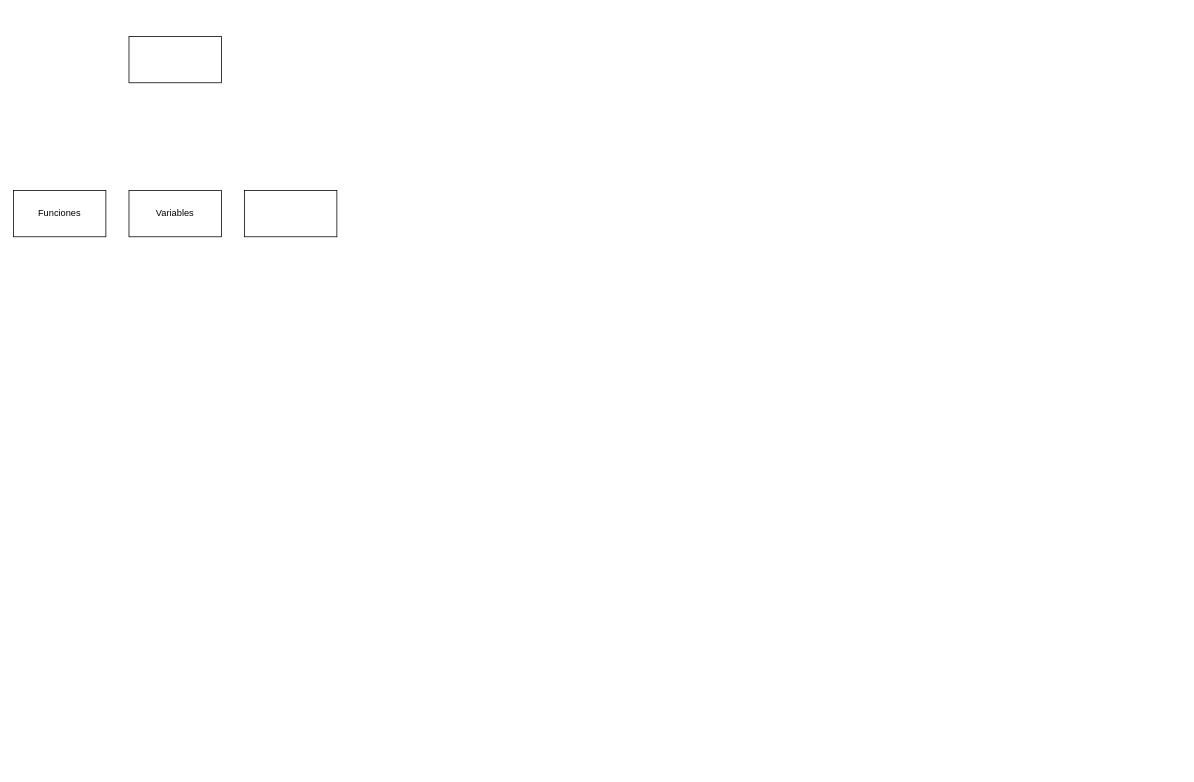
The draw.io diagram third_Partial/ACT3_01/ACT3_01.drawio in corneliusreed1910/Applications_for_IoT, before the edit. Source tidied: cells renumbered, new cells numbered last; positions are measured from the earlier drawing's top-left corner, leaving out a move shared by most shapes. Both pictures are drawn from the tidied source at 77%, with x=0, y=0 at pixel (13, 36).
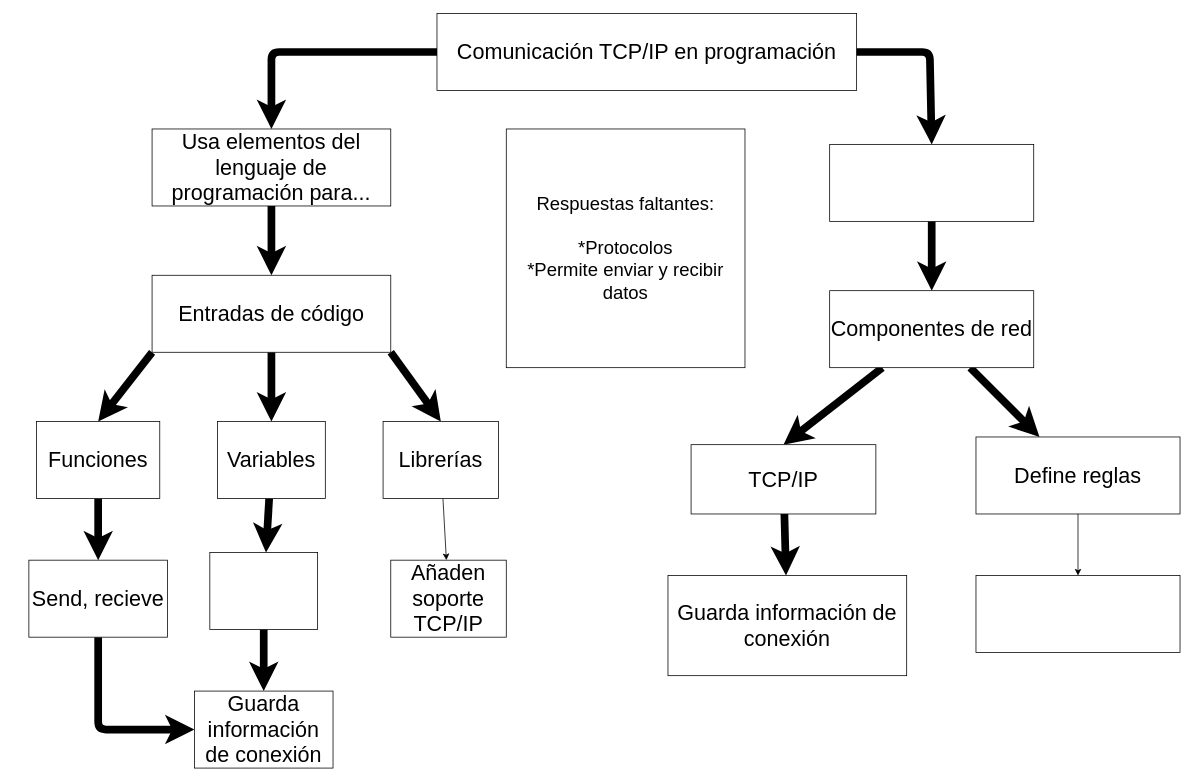
The same diagram, later.

Change to the diagram source:
```diff
@@
-    <mxCell id="2" style="rounded=0;whiteSpace=wrap;html=1;" parent="1" vertex="1">
-      <mxGeometry x="150" width="120" height="60" as="geometry" />
+    <mxCell id="2" value="&lt;font style=&quot;font-size: 28px;&quot;&gt;Comunicación TCP/IP en programación&lt;/font&gt;" style="rounded=0;whiteSpace=wrap;html=1;" parent="1" vertex="1">
+      <mxGeometry x="550" y="-30" width="545" height="100" as="geometry" />
     </mxCell>
+    <mxCell id="6" style="edgeStyle=none;html=1;exitX=0.5;exitY=1;exitDx=0;exitDy=0;entryX=0.5;entryY=0;entryDx=0;entryDy=0;strokeWidth=10;" parent="1" edge="1" source="5" target="12">
+      <mxGeometry relative="1" as="geometry" />
+    </mxCell>
+    <mxCell id="5" value="&lt;font style=&quot;font-size: 28px;&quot;&gt;Usa elementos del lenguaje de programación para...&lt;/font&gt;" style="rounded=0;whiteSpace=wrap;html=1;" parent="1" vertex="1">
+      <mxGeometry x="180" y="120" width="310" height="100" as="geometry" />
+    </mxCell>
+    <mxCell id="7" style="edgeStyle=none;html=1;strokeWidth=10;" parent="1" edge="1" source="8" target="15">
+      <mxGeometry relative="1" as="geometry" />
+    </mxCell>
+    <mxCell id="8" style="rounded=0;whiteSpace=wrap;html=1;" parent="1" vertex="1">
+      <mxGeometry x="1060" y="140" width="265" height="100" as="geometry" />
+    </mxCell>
+    <mxCell id="9" style="edgeStyle=none;html=1;exitX=0.5;exitY=1;exitDx=0;exitDy=0;entryX=0.5;entryY=0;entryDx=0;entryDy=0;strokeWidth=10;" parent="1" edge="1" source="12" target="3">
+      <mxGeometry relative="1" as="geometry" />
+    </mxCell>
+    <mxCell id="10" style="edgeStyle=none;html=1;exitX=0;exitY=1;exitDx=0;exitDy=0;entryX=0.5;entryY=0;entryDx=0;entryDy=0;strokeWidth=10;" parent="1" edge="1" source="12" target="4">
+      <mxGeometry relative="1" as="geometry" />
+    </mxCell>
+    <mxCell id="11" style="edgeStyle=none;html=1;exitX=1;exitY=1;exitDx=0;exitDy=0;entryX=0.5;entryY=0;entryDx=0;entryDy=0;strokeWidth=10;" parent="1" edge="1" source="12" target="17">
+      <mxGeometry relative="1" as="geometry" />
+    </mxCell>
+    <mxCell id="12" value="&lt;font style=&quot;font-size: 28px;&quot;&gt;Entradas de código&lt;/font&gt;" style="rounded=0;whiteSpace=wrap;html=1;" parent="1" vertex="1">
+      <mxGeometry x="180" y="310" width="310" height="100" as="geometry" />
+    </mxCell>
+    <mxCell id="13" style="edgeStyle=none;html=1;strokeWidth=10;" parent="1" edge="1" source="15" target="31">
+      <mxGeometry relative="1" as="geometry" />
+    </mxCell>
+    <mxCell id="14" style="edgeStyle=none;html=1;entryX=0.5;entryY=0;entryDx=0;entryDy=0;strokeWidth=10;" parent="1" edge="1" source="15" target="29">
+      <mxGeometry relative="1" as="geometry" />
+    </mxCell>
+    <mxCell id="15" value="&lt;font style=&quot;font-size: 28px;&quot;&gt;Componentes de red&lt;/font&gt;" style="rounded=0;whiteSpace=wrap;html=1;" parent="1" vertex="1">
+      <mxGeometry x="1060" y="330" width="265" height="100" as="geometry" />
+    </mxCell>
+    <mxCell id="16" style="edgeStyle=none;html=1;" parent="1" edge="1" source="17" target="27">
+      <mxGeometry relative="1" as="geometry" />
+    </mxCell>
+    <mxCell id="17" value="&lt;font style=&quot;font-size: 28px;&quot;&gt;Librerías&lt;/font&gt;" style="rounded=0;whiteSpace=wrap;html=1;" parent="1" vertex="1">
+      <mxGeometry x="480" y="500" width="150" height="100" as="geometry" />
+    </mxCell>
+    <mxCell id="18" style="edgeStyle=none;html=1;strokeWidth=10;" parent="1" edge="1" source="3" target="25">
+      <mxGeometry relative="1" as="geometry" />
+    </mxCell>
-    <mxCell id="3" value="Variables" style="rounded=0;whiteSpace=wrap;html=1;" parent="1" vertex="1">
-      <mxGeometry x="150" y="200" width="120" height="60" as="geometry" />
+    <mxCell id="3" value="&lt;font style=&quot;font-size: 28px;&quot;&gt;Variables&lt;/font&gt;" style="rounded=0;whiteSpace=wrap;html=1;" parent="1" vertex="1">
+      <mxGeometry x="265" y="500" width="140" height="100" as="geometry" />
     </mxCell>
+    <mxCell id="19" style="edgeStyle=none;html=1;strokeWidth=10;" parent="1" edge="1" source="4" target="23">
+      <mxGeometry relative="1" as="geometry" />
+    </mxCell>
-    <mxCell id="4" value="Funciones" style="rounded=0;whiteSpace=wrap;html=1;" parent="1" vertex="1">
-      <mxGeometry y="200" width="120" height="60" as="geometry" />
+    <mxCell id="4" value="&lt;font style=&quot;font-size: 28px;&quot;&gt;Funciones&lt;/font&gt;" style="rounded=0;whiteSpace=wrap;html=1;" parent="1" vertex="1">
+      <mxGeometry x="30" y="500" width="160" height="100" as="geometry" />
     </mxCell>
-    <mxCell id="5" style="rounded=0;whiteSpace=wrap;html=1;" parent="1" vertex="1">
-      <mxGeometry x="300" y="200" width="120" height="60" as="geometry" />
-    </mxCell>
+    <mxCell id="20" style="edgeStyle=none;html=1;exitX=0;exitY=0.5;exitDx=0;exitDy=0;entryX=0.5;entryY=0;entryDx=0;entryDy=0;strokeWidth=10;" parent="1" edge="1" source="2" target="5">
+      <mxGeometry relative="1" as="geometry">
+        <Array as="points">
+          <mxPoint x="335" y="20" />
+        </Array>
+      </mxGeometry>
+    </mxCell>
+    <mxCell id="21" style="edgeStyle=none;html=1;exitX=1;exitY=0.5;exitDx=0;exitDy=0;entryX=0.5;entryY=0;entryDx=0;entryDy=0;strokeWidth=10;" parent="1" edge="1" source="2" target="8">
+      <mxGeometry relative="1" as="geometry">
+        <Array as="points">
+          <mxPoint x="1190" y="20" />
+        </Array>
+      </mxGeometry>
+    </mxCell>
+    <mxCell id="22" style="edgeStyle=none;html=1;exitX=0.5;exitY=1;exitDx=0;exitDy=0;entryX=0;entryY=0.5;entryDx=0;entryDy=0;strokeWidth=10;" parent="1" edge="1" source="23" target="26">
+      <mxGeometry relative="1" as="geometry">
+        <Array as="points">
+          <mxPoint x="110" y="900" />
+        </Array>
+      </mxGeometry>
+    </mxCell>
+    <mxCell id="23" value="&lt;font style=&quot;font-size: 28px;&quot;&gt;Send, recieve&lt;/font&gt;" style="rounded=0;whiteSpace=wrap;html=1;" parent="1" vertex="1">
+      <mxGeometry x="20" y="680" width="180" height="100" as="geometry" />
+    </mxCell>
+    <mxCell id="24" style="edgeStyle=none;html=1;strokeWidth=10;" parent="1" edge="1" source="25" target="26">
+      <mxGeometry relative="1" as="geometry" />
+    </mxCell>
+    <mxCell id="25" style="rounded=0;whiteSpace=wrap;html=1;" parent="1" vertex="1">
+      <mxGeometry x="255" y="670" width="140" height="100" as="geometry" />
+    </mxCell>
+    <mxCell id="26" value="&lt;font style=&quot;font-size: 28px;&quot;&gt;Guarda información de conexión&lt;/font&gt;" style="rounded=0;whiteSpace=wrap;html=1;" parent="1" vertex="1">
+      <mxGeometry x="235" y="850" width="180" height="100" as="geometry" />
+    </mxCell>
+    <mxCell id="27" value="&lt;font style=&quot;font-size: 28px;&quot;&gt;Añaden soporte TCP/IP&lt;/font&gt;" style="rounded=0;whiteSpace=wrap;html=1;" parent="1" vertex="1">
+      <mxGeometry x="490" y="680" width="150" height="100" as="geometry" />
+    </mxCell>
+    <mxCell id="28" style="edgeStyle=none;html=1;strokeWidth=10;" parent="1" edge="1" source="29" target="32">
+      <mxGeometry relative="1" as="geometry" />
+    </mxCell>
+    <mxCell id="29" value="&lt;font style=&quot;font-size: 28px;&quot;&gt;TCP/IP&lt;/font&gt;" style="rounded=0;whiteSpace=wrap;html=1;" parent="1" vertex="1">
+      <mxGeometry x="880" y="530" width="240" height="90" as="geometry" />
+    </mxCell>
+    <mxCell id="30" style="edgeStyle=none;html=1;" parent="1" edge="1" source="31" target="33">
+      <mxGeometry relative="1" as="geometry" />
+    </mxCell>
+    <mxCell id="31" value="&lt;font style=&quot;font-size: 28px;&quot;&gt;Define reglas&lt;/font&gt;" style="rounded=0;whiteSpace=wrap;html=1;" parent="1" vertex="1">
+      <mxGeometry x="1250" y="520" width="265" height="100" as="geometry" />
+    </mxCell>
+    <mxCell id="32" value="&lt;font style=&quot;font-size: 28px;&quot;&gt;Guarda información de conexión&lt;/font&gt;" style="rounded=0;whiteSpace=wrap;html=1;" parent="1" vertex="1">
+      <mxGeometry x="850" y="700" width="310" height="130" as="geometry" />
+    </mxCell>
+    <mxCell id="33" style="rounded=0;whiteSpace=wrap;html=1;" parent="1" vertex="1">
+      <mxGeometry x="1250" y="700" width="265" height="100" as="geometry" />
+    </mxCell>
+    <mxCell id="34" value="&lt;font style=&quot;font-size: 24px;&quot;&gt;Respuestas faltantes:&lt;/font&gt;&lt;div&gt;&lt;font style=&quot;font-size: 24px;&quot;&gt;&lt;br&gt;&lt;/font&gt;&lt;/div&gt;&lt;div&gt;&lt;span style=&quot;font-size: 24px;&quot;&gt;*Protocolos&lt;/span&gt;&lt;/div&gt;&lt;div&gt;&lt;span style=&quot;font-size: 24px;&quot;&gt;*Permite enviar y recibir datos&lt;/span&gt;&lt;/div&gt;" style="whiteSpace=wrap;html=1;" parent="1" vertex="1">
+      <mxGeometry x="640" y="120" width="310" height="310" as="geometry" />
+    </mxCell>
```
